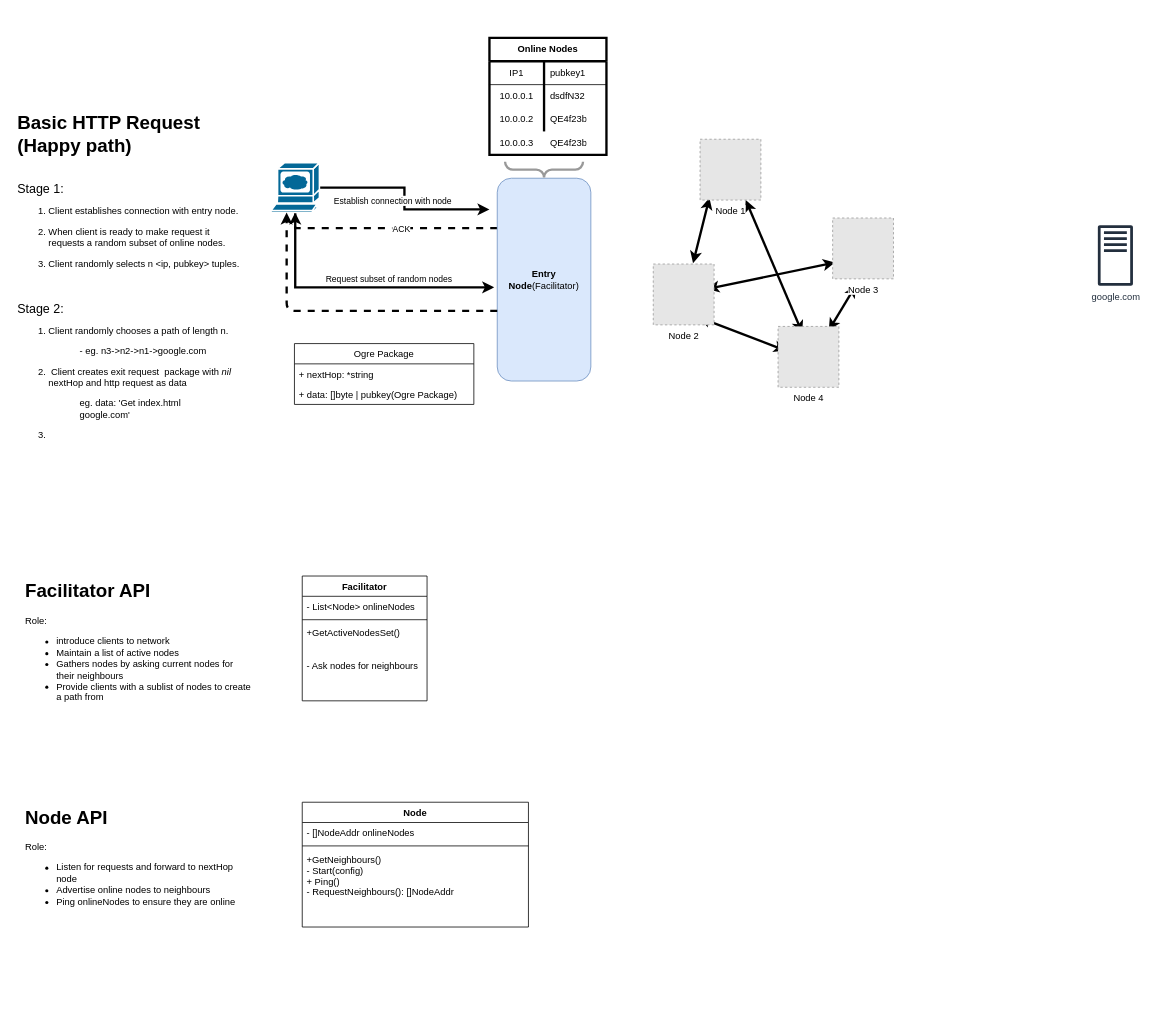
Before: documentation/OgreNetArchitecture.drawio in AdamCollins/ogre-net, a draw.io diagram. Source tidied: cells renumbered, new cells numbered last; positions are measured from the earlier drawing's top-left corner, leaving out a move shared by most shapes. Both pictures are drawn from the tidied source at 78%, with x=0, y=0 at pixel (13, 37). Pictures stored in the file or linked from it are replaced by grey dashed boxes.
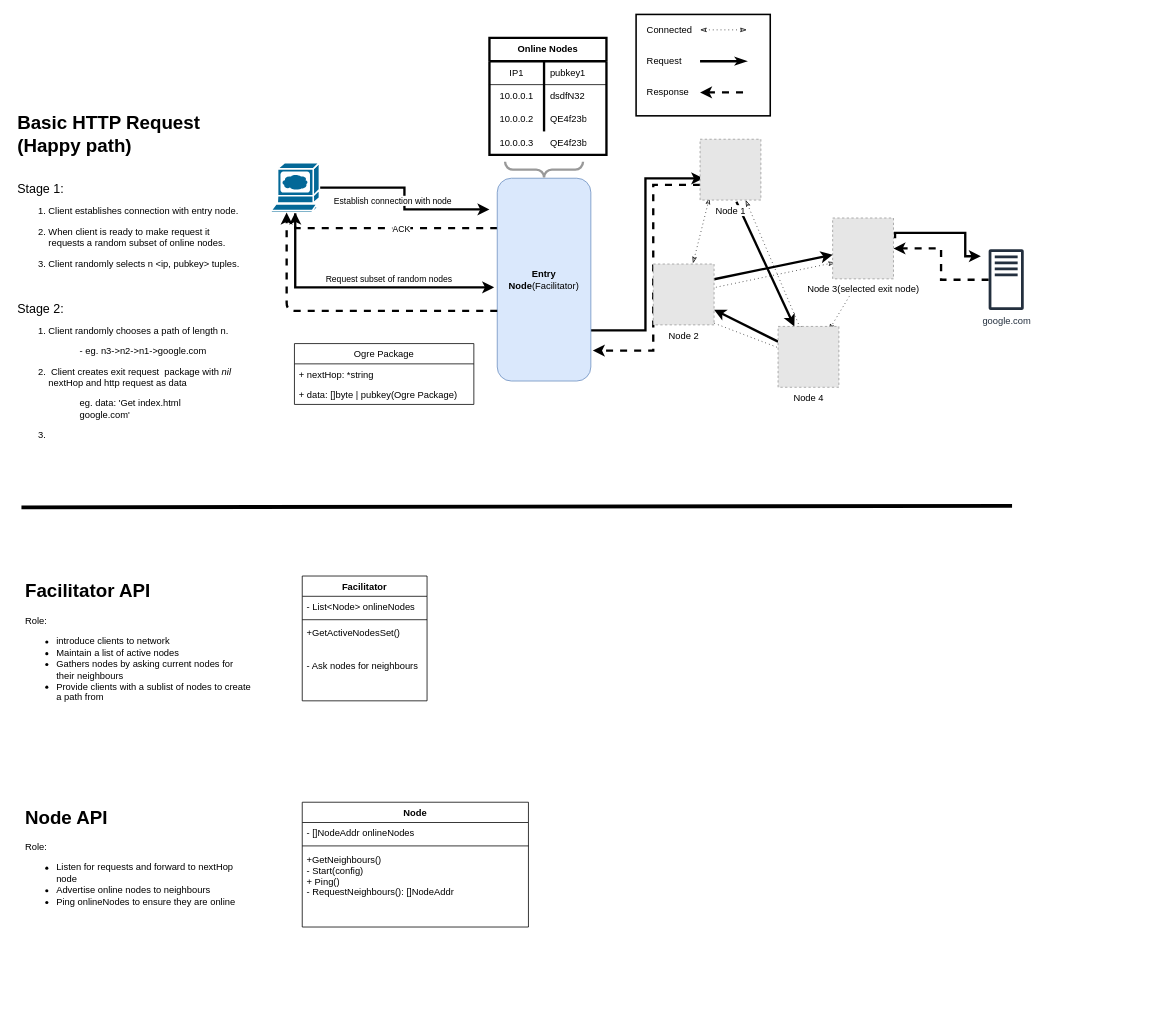
Above is the later version.

The change refers to these unchanged cells:
```xml
<mxCell id="4" value="&lt;b&gt;Entry Node&lt;/b&gt;(Facilitator)" style="rounded=1;whiteSpace=wrap;html=1;fillColor=#dae8fc;strokeColor=#6c8ebf;" parent="1" vertex="1">
  <mxGeometry x="620" y="180" width="120" height="260" as="geometry" />
</mxCell>
<mxCell id="32" value="Node 1" style="fillColor=#E6E6E6;strokeColor=#999999;dashed=1;html=1;verticalAlign=top;verticalLabelPosition=bottom;labelBackgroundColor=#ffffff;" parent="1" vertex="1">
  <mxGeometry x="880" y="130" width="78" height="78" as="geometry" />
</mxCell>
<mxCell id="33" value="Node 2" style="fillColor=#E6E6E6;strokeColor=#999999;dashed=1;html=1;verticalAlign=top;verticalLabelPosition=bottom;labelBackgroundColor=#ffffff;" parent="1" vertex="1">
  <mxGeometry x="820" y="290" width="78" height="78" as="geometry" />
</mxCell>
<mxCell id="34" value="Node 4" style="fillColor=#E6E6E6;strokeColor=#999999;dashed=1;html=1;verticalAlign=top;verticalLabelPosition=bottom;labelBackgroundColor=#ffffff;" parent="1" vertex="1">
  <mxGeometry x="980" y="370" width="78" height="78" as="geometry" />
</mxCell>
```

Change to the diagram source:
```diff
@@
+    <mxCell id="49" style="edgeStyle=orthogonalEdgeStyle;rounded=0;jettySize=auto;html=1;exitX=1;exitY=0.75;exitDx=0;exitDy=0;entryX=0.053;entryY=0.643;entryDx=0;entryDy=0;entryPerimeter=0;strokeWidth=3;" parent="1" edge="1" source="4" target="32">
+      <mxGeometry relative="1" as="geometry" />
+    </mxCell>
@@
+    <mxCell id="50" style="edgeStyle=orthogonalEdgeStyle;rounded=0;jettySize=auto;html=1;entryX=1;entryY=0.5;entryDx=0;entryDy=0;startArrow=none;startFill=0;endArrow=classic;endFill=1;strokeWidth=3;dashed=1;" parent="1" edge="1" source="10" target="31">
+      <mxGeometry relative="1" as="geometry" />
+    </mxCell>
     <mxCell id="10" value="google.com" style="outlineConnect=0;fontColor=#232F3E;gradientColor=none;fillColor=#232F3E;strokeColor=none;dashed=0;verticalLabelPosition=bottom;verticalAlign=top;align=center;html=1;fontSize=12;fontStyle=0;shape=mxgraph.aws4.traditional_server;" parent="1" vertex="1">
-      <mxGeometry x="1390" y="240" width="45" height="78" as="geometry" />
+      <mxGeometry x="1250" y="271" width="45" height="78" as="geometry" />
     </mxCell>
@@
-    <mxCell id="12" style="edgeStyle=none;rounded=0;jettySize=auto;html=1;entryX=0.263;entryY=-0.025;entryDx=0;entryDy=0;entryPerimeter=0;startArrow=classic;startFill=1;endArrow=classic;endFill=1;strokeWidth=3;exitX=0.75;exitY=1;exitDx=0;exitDy=0;" parent="1" edge="1" source="32">
+    <mxCell id="12" style="edgeStyle=none;rounded=0;jettySize=auto;html=1;entryX=0.263;entryY=-0.025;entryDx=0;entryDy=0;entryPerimeter=0;startArrow=classicThin;startFill=0;endArrow=classicThin;endFill=0;strokeWidth=1;exitX=0.75;exitY=1;exitDx=0;exitDy=0;dashed=1;dashPattern=1 4;" parent="1" edge="1" source="32">
       <mxGeometry relative="1" as="geometry">
         <mxPoint x="1011" y="378" as="targetPoint" />
       </mxGeometry>
     </mxCell>
-    <mxCell id="13" style="edgeStyle=none;rounded=0;orthogonalLoop=1;jettySize=auto;html=1;entryX=0.688;entryY=-0.062;entryDx=0;entryDy=0;entryPerimeter=0;startArrow=classic;startFill=1;endArrow=classic;endFill=1;strokeWidth=3;" parent="1" edge="1">
+    <mxCell id="13" style="edgeStyle=none;rounded=0;orthogonalLoop=1;jettySize=auto;html=1;entryX=0.688;entryY=-0.062;entryDx=0;entryDy=0;entryPerimeter=0;startArrow=classicThin;startFill=0;endArrow=classicThin;endFill=0;strokeWidth=1;dashed=1;dashPattern=1 4;" parent="1" edge="1">
       <mxGeometry relative="1" as="geometry">
         <mxPoint x="1079.8" y="317.5" as="sourcePoint" />
         <mxPoint x="1045" y="375" as="targetPoint" />
       </mxGeometry>
     </mxCell>
-    <mxCell id="14" style="rounded=0;jettySize=auto;html=1;exitX=0.763;exitY=-0.012;exitDx=0;exitDy=0;entryX=0.154;entryY=0.962;entryDx=0;entryDy=0;entryPerimeter=0;strokeWidth=3;endArrow=classic;endFill=1;startArrow=classic;startFill=1;exitPerimeter=0;" parent="1" edge="1" target="32">
+    <mxCell id="14" style="rounded=0;jettySize=auto;html=1;exitX=0.763;exitY=-0.012;exitDx=0;exitDy=0;entryX=0.154;entryY=0.962;entryDx=0;entryDy=0;entryPerimeter=0;strokeWidth=1;endArrow=classicThin;endFill=0;startArrow=classicThin;startFill=0;exitPerimeter=0;dashed=1;dashPattern=1 4;" parent="1" edge="1" target="32">
       <mxGeometry relative="1" as="geometry">
         <mxPoint x="871" y="289" as="sourcePoint" />
       </mxGeometry>
     </mxCell>
-    <mxCell id="15" style="edgeStyle=none;rounded=0;orthogonalLoop=1;jettySize=auto;html=1;exitX=1;exitY=1;exitDx=0;exitDy=0;entryX=0;entryY=0.263;entryDx=0;entryDy=0;entryPerimeter=0;startArrow=classic;startFill=1;endArrow=classic;endFill=1;strokeWidth=3;" parent="1" edge="1">
+    <mxCell id="15" style="edgeStyle=none;rounded=0;orthogonalLoop=1;jettySize=auto;html=1;exitX=1;exitY=1;exitDx=0;exitDy=0;entryX=0;entryY=0.263;entryDx=0;entryDy=0;entryPerimeter=0;startArrow=classicThin;startFill=0;endArrow=blockThin;endFill=0;strokeWidth=1;dashed=1;dashPattern=1 4;" parent="1" edge="1">
       <mxGeometry relative="1" as="geometry">
         <mxPoint x="878.3" y="358.3" as="sourcePoint" />
         <mxPoint x="990" y="401" as="targetPoint" />
       </mxGeometry>
     </mxCell>
-    <mxCell id="16" style="edgeStyle=none;rounded=0;orthogonalLoop=1;jettySize=auto;html=1;entryX=-0.087;entryY=0.563;entryDx=0;entryDy=0;entryPerimeter=0;startArrow=classic;startFill=1;endArrow=classic;endFill=1;strokeWidth=3;" parent="1" edge="1">
+    <mxCell id="16" style="edgeStyle=none;rounded=0;orthogonalLoop=1;jettySize=auto;html=1;entryX=-0.087;entryY=0.563;entryDx=0;entryDy=0;entryPerimeter=0;startArrow=classicThin;startFill=0;endArrow=classicThin;endFill=0;strokeWidth=1;dashed=1;dashPattern=1 4;" parent="1" edge="1">
       <mxGeometry relative="1" as="geometry">
         <mxPoint x="889.2" y="322.1" as="sourcePoint" />
         <mxPoint x="1053" y="288" as="targetPoint" />
       </mxGeometry>
     </mxCell>
@@
+    <mxCell id="51" style="edgeStyle=orthogonalEdgeStyle;rounded=0;jettySize=auto;html=1;exitX=1.026;exitY=0.331;exitDx=0;exitDy=0;strokeWidth=3;exitPerimeter=0;" parent="1" edge="1" source="31">
+      <mxGeometry relative="1" as="geometry">
+        <mxPoint x="1240" y="280" as="targetPoint" />
+        <Array as="points">
+          <mxPoint x="1130" y="250" />
+          <mxPoint x="1220" y="250" />
+          <mxPoint x="1220" y="280" />
+        </Array>
+      </mxGeometry>
+    </mxCell>
-    <mxCell id="31" value="Node 3" style="fillColor=#E6E6E6;strokeColor=#999999;dashed=1;html=1;verticalAlign=top;verticalLabelPosition=bottom;labelBackgroundColor=#ffffff;" parent="1" vertex="1">
+    <mxCell id="31" value="Node 3(selected exit node)" style="fillColor=#E6E6E6;strokeColor=#999999;dashed=1;html=1;verticalAlign=top;verticalLabelPosition=bottom;labelBackgroundColor=#ffffff;" parent="1" vertex="1">
       <mxGeometry x="1050" y="231" width="78" height="78" as="geometry" />
     </mxCell>
+    <mxCell id="52" style="rounded=0;jettySize=auto;html=1;exitX=0.598;exitY=1.028;exitDx=0;exitDy=0;startArrow=none;startFill=0;endArrow=classic;endFill=1;strokeWidth=3;exitPerimeter=0;" parent="1" edge="1" source="32" target="34">
+      <mxGeometry relative="1" as="geometry" />
+    </mxCell>
+    <mxCell id="53" style="edgeStyle=orthogonalEdgeStyle;rounded=0;jettySize=auto;html=1;exitX=0;exitY=0.75;exitDx=0;exitDy=0;entryX=1.021;entryY=0.85;entryDx=0;entryDy=0;entryPerimeter=0;dashed=1;startArrow=none;startFill=0;endArrow=classic;endFill=1;strokeWidth=3;" parent="1" edge="1" source="32" target="4">
+      <mxGeometry relative="1" as="geometry">
+        <Array as="points">
+          <mxPoint x="820" y="188" />
+          <mxPoint x="820" y="401" />
+        </Array>
+      </mxGeometry>
+    </mxCell>
@@
+    <mxCell id="54" style="edgeStyle=none;rounded=0;jettySize=auto;html=1;exitX=1;exitY=0.25;exitDx=0;exitDy=0;startArrow=none;startFill=0;endArrow=classic;endFill=1;strokeWidth=3;" parent="1" edge="1" source="33" target="31">
+      <mxGeometry relative="1" as="geometry" />
+    </mxCell>
@@
+    <mxCell id="55" style="edgeStyle=none;rounded=0;jettySize=auto;html=1;exitX=0;exitY=0.25;exitDx=0;exitDy=0;entryX=1;entryY=0.75;entryDx=0;entryDy=0;startArrow=none;startFill=0;endArrow=classic;endFill=1;strokeWidth=3;" parent="1" edge="1" source="34" target="33">
+      <mxGeometry relative="1" as="geometry" />
+    </mxCell>
@@
+    <mxCell id="56" style="endArrow=none;html=1;strokeWidth=5;" parent="1" edge="1">
+      <mxGeometry relative="1" as="geometry">
+        <mxPoint x="10" y="602" as="sourcePoint" />
+        <mxPoint x="1280" y="600" as="targetPoint" />
+      </mxGeometry>
+    </mxCell>
+    <mxCell id="57" style="rounded=0;orthogonalLoop=1;jettySize=auto;html=1;exitX=0.763;exitY=-0.012;exitDx=0;exitDy=0;strokeWidth=1;endArrow=classicThin;endFill=0;startArrow=classicThin;startFill=0;exitPerimeter=0;dashed=1;dashPattern=1 4;" parent="1" edge="1">
+      <mxGeometry relative="1" as="geometry">
+        <mxPoint x="880" y="-10.2" as="sourcePoint" />
+        <mxPoint x="940" y="-10.2" as="targetPoint" />
+      </mxGeometry>
+    </mxCell>
+    <mxCell id="58" style="rounded=0;whiteSpace=wrap;html=1;fillColor=none;strokeWidth=2;perimeterSpacing=0;" parent="1" vertex="1">
+      <mxGeometry x="798" y="-30" width="172" height="130" as="geometry" />
+    </mxCell>
+    <mxCell id="59" style="rounded=0;orthogonalLoop=1;jettySize=auto;html=1;exitX=0.763;exitY=-0.012;exitDx=0;exitDy=0;strokeWidth=3;endArrow=classicThin;endFill=0;startArrow=none;startFill=0;exitPerimeter=0;" parent="1" edge="1">
+      <mxGeometry relative="1" as="geometry">
+        <mxPoint x="880" y="30" as="sourcePoint" />
+        <mxPoint x="940" y="30" as="targetPoint" />
+      </mxGeometry>
+    </mxCell>
+    <mxCell id="60" style="rounded=0;orthogonalLoop=1;jettySize=auto;html=1;exitX=0.763;exitY=-0.012;exitDx=0;exitDy=0;strokeWidth=3;endArrow=none;endFill=0;startArrow=classic;startFill=1;exitPerimeter=0;dashed=1;" parent="1" edge="1">
+      <mxGeometry relative="1" as="geometry">
+        <mxPoint x="880" y="70" as="sourcePoint" />
+        <mxPoint x="940" y="70" as="targetPoint" />
+      </mxGeometry>
+    </mxCell>
+    <mxCell id="61" value="Connected" style="text;html=1;strokeColor=none;fillColor=none;align=left;verticalAlign=middle;whiteSpace=wrap;rounded=0;" parent="1" vertex="1">
+      <mxGeometry x="810" y="-20" width="40" height="20" as="geometry" />
+    </mxCell>
+    <mxCell id="62" value="&lt;div align=&quot;left&quot;&gt;Request&lt;/div&gt;" style="text;html=1;strokeColor=none;fillColor=none;align=left;verticalAlign=middle;whiteSpace=wrap;rounded=0;" parent="1" vertex="1">
+      <mxGeometry x="810" y="20" width="40" height="20" as="geometry" />
+    </mxCell>
+    <mxCell id="63" value="Response" style="text;html=1;strokeColor=none;fillColor=none;align=left;verticalAlign=middle;whiteSpace=wrap;rounded=0;" parent="1" vertex="1">
+      <mxGeometry x="810" y="60" width="40" height="20" as="geometry" />
+    </mxCell>
```
